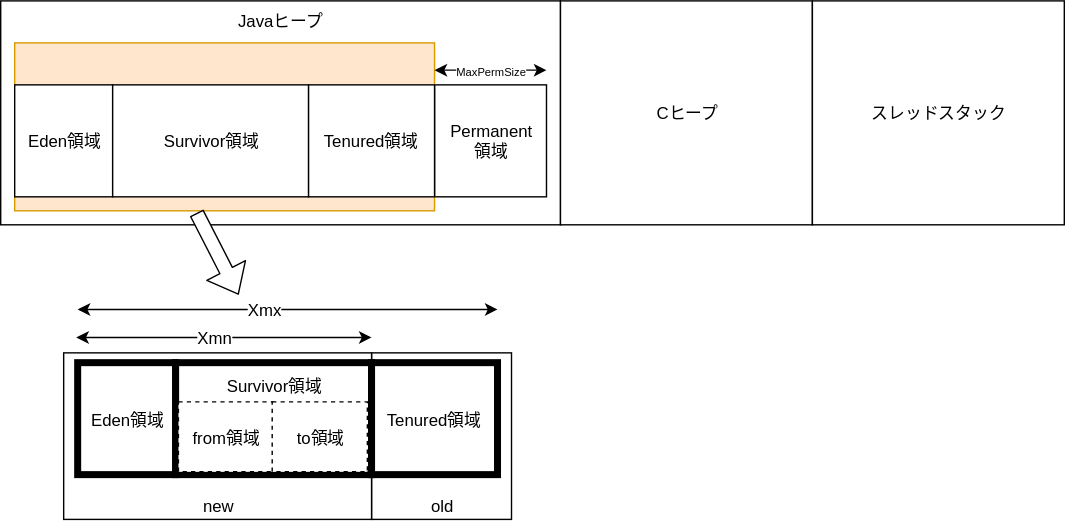
This is assets/study-jvm-memory-management/image3.svg from tou0624/tou0624.github.io, a draw.io export, as it was before one commit. Source tidied: cells renumbered, new cells last; positions are measured from the earlier drawing's top-left corner, leaving out a move shared by most shapes.
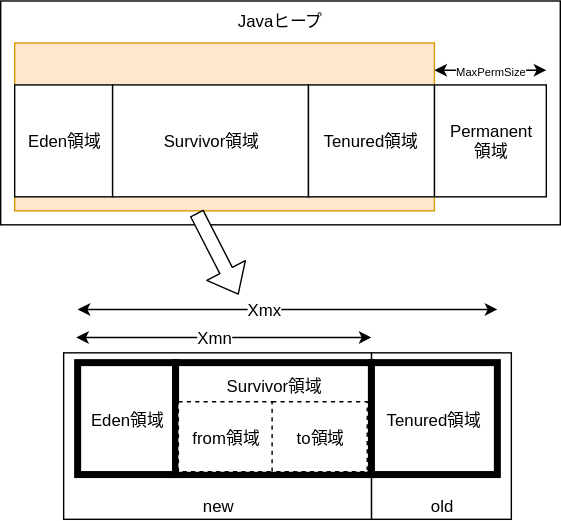
The same file after the commit.

The edit, as a diff of the source:
```diff
@@ -11,12 +11,6 @@
     <mxCell id="4" value="Javaヒープ" style="rounded=0;whiteSpace=wrap;html=1;verticalAlign=top;" parent="1" vertex="1">
       <mxGeometry width="400" height="160" as="geometry" />
     </mxCell>
-    <mxCell id="5" value="Cヒープ" style="rounded=0;whiteSpace=wrap;html=1;" parent="1" vertex="1">
-      <mxGeometry x="400" width="180" height="160" as="geometry" />
-    </mxCell>
-    <mxCell id="6" value="スレッドスタック" style="rounded=0;whiteSpace=wrap;html=1;" parent="1" vertex="1">
-      <mxGeometry x="580" width="180" height="160" as="geometry" />
-    </mxCell>
     <mxCell id="7" value="Permanent&lt;br&gt;領域&lt;br&gt;" style="rounded=0;whiteSpace=wrap;html=1;" parent="1" vertex="1">
       <mxGeometry x="310" y="60" width="80" height="80" as="geometry" />
     </mxCell>
```
